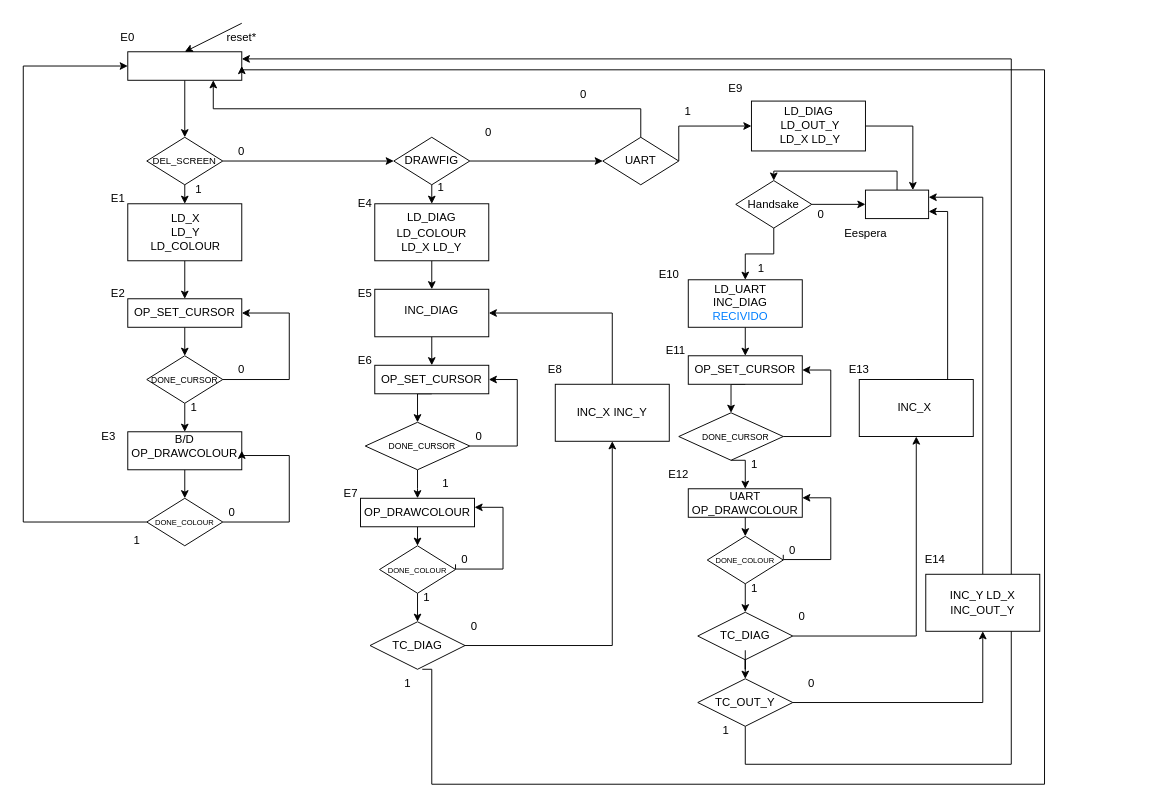
This is Proyecto/Diseños/Lcd_draw_uc.drawio from marcosChoucino/SIstemasDigitales, a draw.io file, before an edit. Source tidied: cells renumbered, new cells numbered last; positions are measured from the earlier drawing's top-left corner, leaving out a move shared by most shapes. Both pictures are drawn from the tidied source at 95%, with x=0, y=0 at pixel (23, 23).
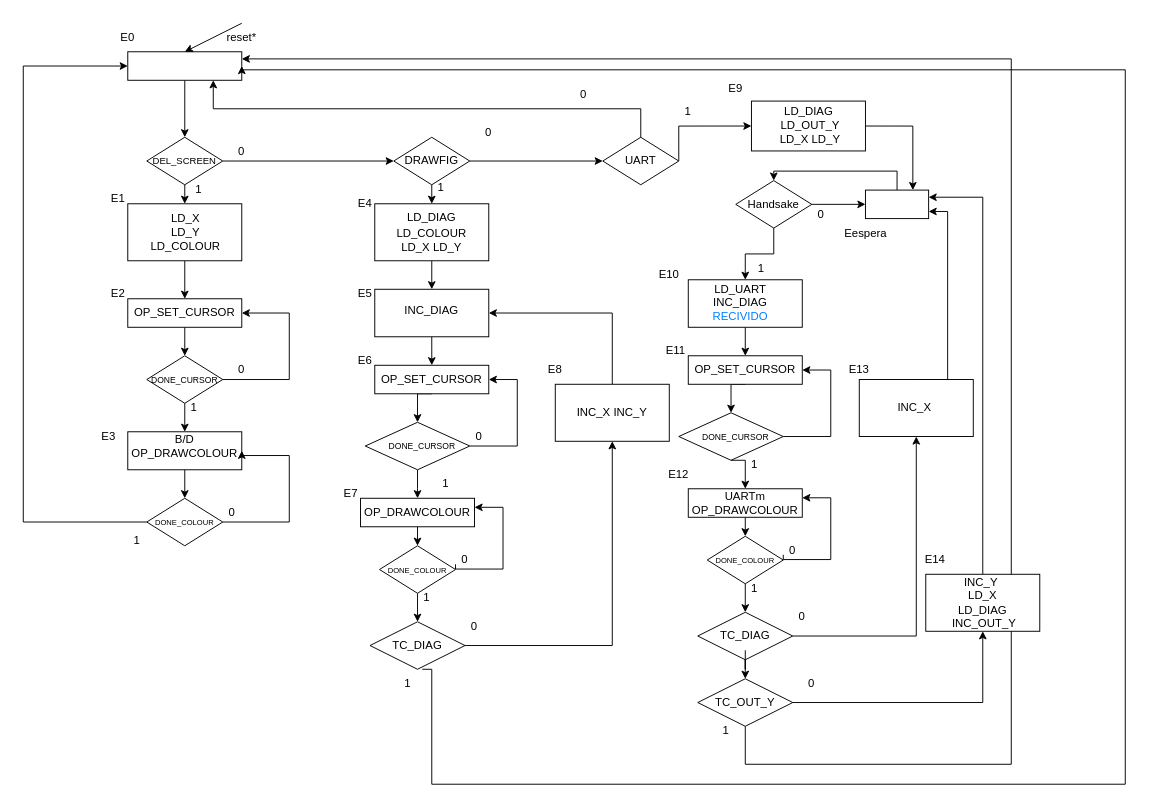
After the change.

The change refers to these unchanged cells:
```xml
<mxCell id="3" style="rounded=0;whiteSpace=wrap;html=1;" parent="1" vertex="1">
  <mxGeometry x="110" y="30" width="120" height="30" as="geometry" />
</mxCell>
<mxCell id="65" value="1" style="text;html=1;strokeColor=none;fillColor=none;align=center;verticalAlign=middle;whiteSpace=wrap;rounded=0;" parent="1" vertex="1">
  <mxGeometry x="375" y="680" width="60" height="30" as="geometry" />
</mxCell>
```

What changed in the source:
```diff
@@
     <mxCell id="36" style="edgeStyle=orthogonalEdgeStyle;rounded=0;jettySize=auto;html=1;exitX=0.75;exitY=0;exitDx=0;exitDy=0;entryX=1;entryY=0.5;entryDx=0;entryDy=0;" parent="1" edge="1" source="65" target="3">
       <mxGeometry relative="1" as="geometry">
         <Array as="points">
           <mxPoint x="430" y="680" />
           <mxPoint x="430" y="801" />
-          <mxPoint x="1075" y="801" />
-          <mxPoint x="1075" y="49" />
+          <mxPoint x="1160" y="801" />
+          <mxPoint x="1160" y="49" />
           <mxPoint x="230" y="49" />
         </Array>
       </mxGeometry>
     </mxCell>
@@
-    <mxCell id="111" value="UART&lt;br&gt;OP_DRAWCOLOUR" style="text;html=1;strokeColor=none;fillColor=none;align=center;verticalAlign=middle;whiteSpace=wrap;rounded=0;" parent="1" vertex="1">
+    <mxCell id="111" value="UARTm&lt;br&gt;OP_DRAWCOLOUR" style="text;html=1;strokeColor=none;fillColor=none;align=center;verticalAlign=middle;whiteSpace=wrap;rounded=0;" parent="1" vertex="1">
       <mxGeometry x="730" y="490" width="60" height="30" as="geometry" />
     </mxCell>
@@
-    <mxCell id="118" value="INC_Y LD_X INC_OUT_Y" style="whiteSpace=wrap;html=1;" parent="1" vertex="1">
+    <mxCell id="118" value="&lt;div&gt;INC_Y&amp;nbsp;&lt;/div&gt;&lt;div&gt;LD_X&lt;/div&gt;&lt;div&gt;LD_DIAG&lt;/div&gt;&lt;div&gt;&amp;nbsp;INC_OUT_Y&lt;/div&gt;" style="whiteSpace=wrap;html=1;" parent="1" vertex="1">
       <mxGeometry x="950" y="580" width="120" height="60" as="geometry" />
     </mxCell>
```
